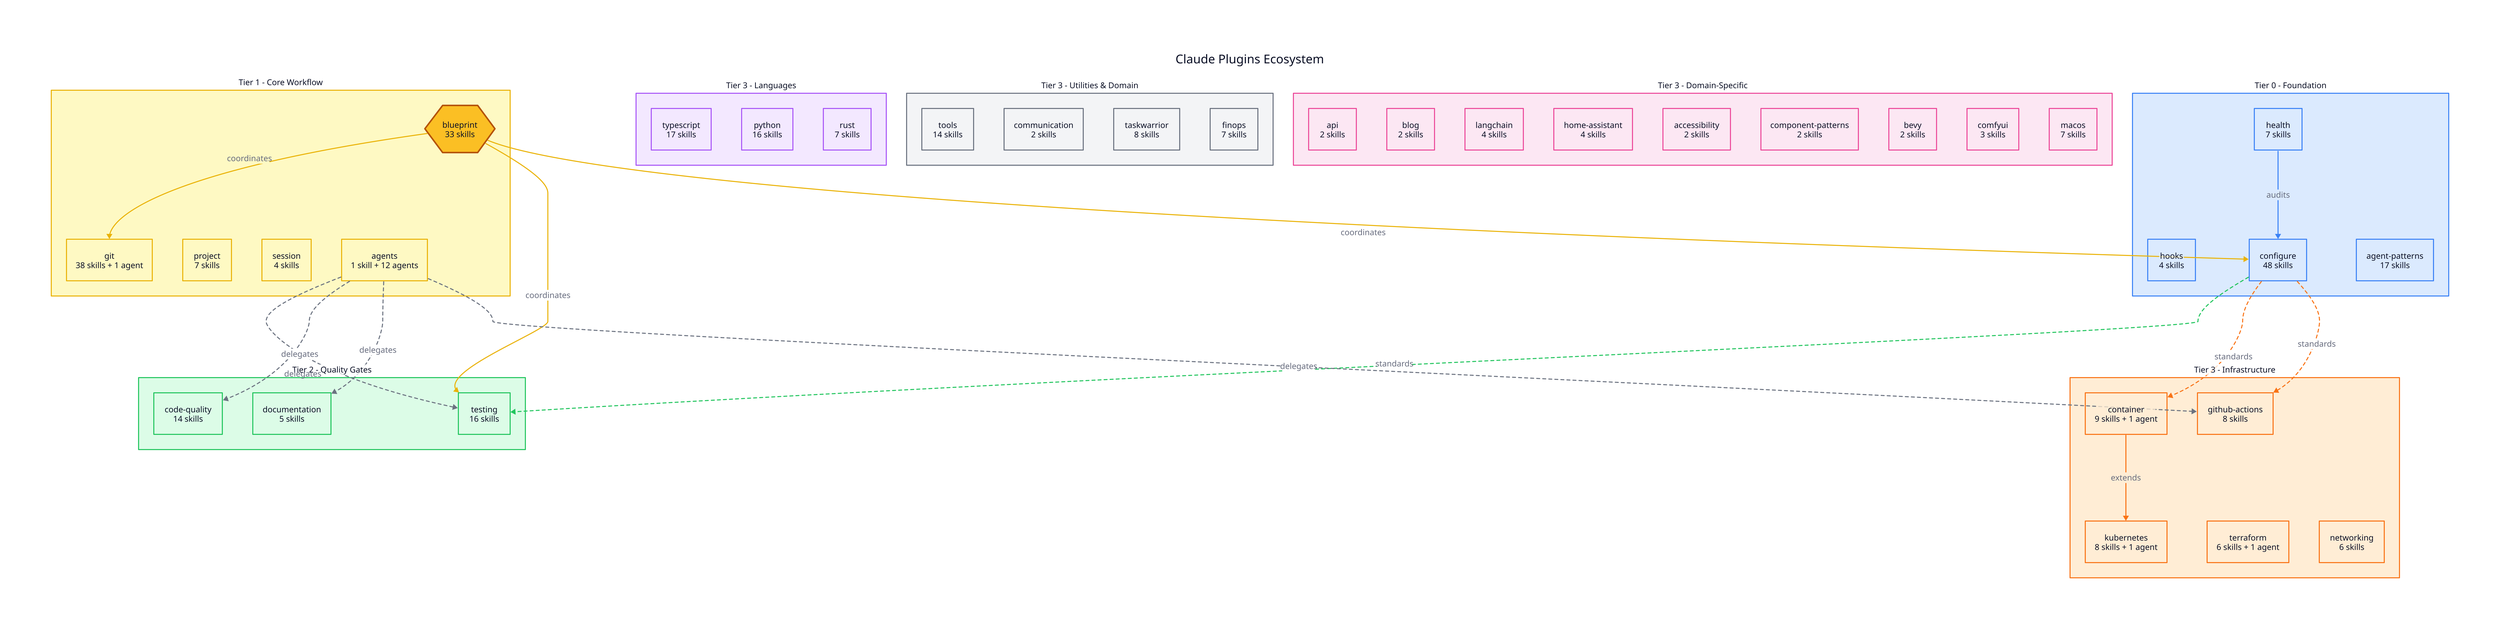
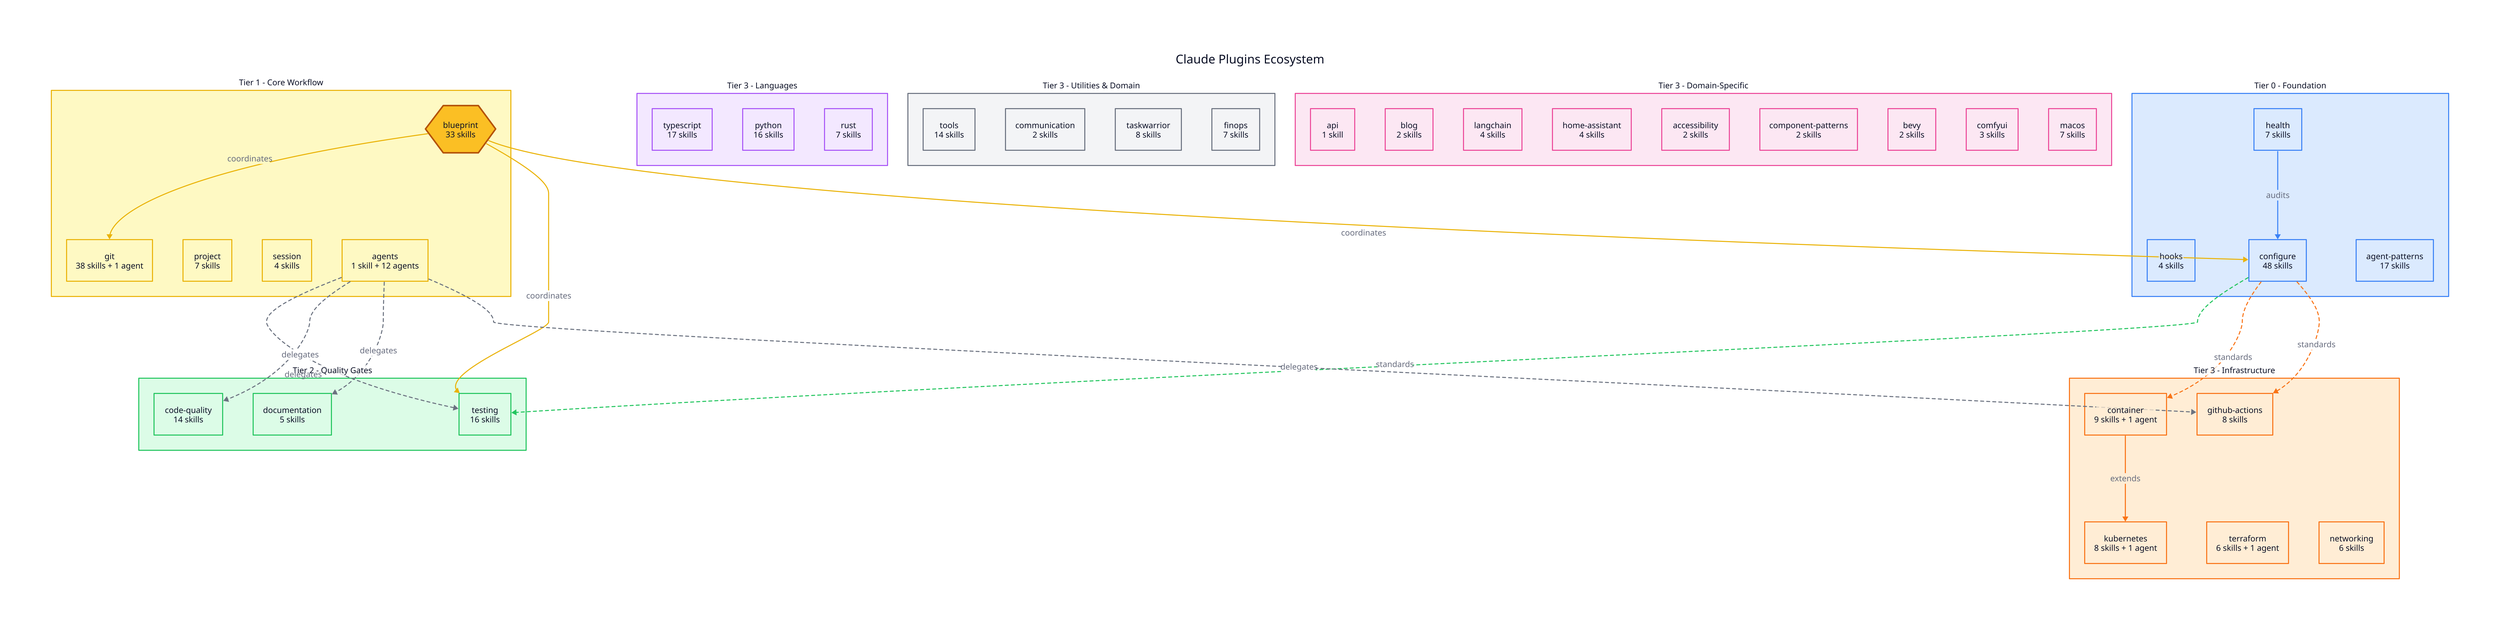
direction: down

title: "Claude Plugins Ecosystem" {
  near: top-center
  shape: text
  style: {
    font-size: 24
    bold: true
  }
}

# === CLASSES ===
classes: {
  foundation: {
    style.fill: "#dbeafe"
    style.stroke: "#3b82f6"
  }
  core: {
    style.fill: "#fef9c3"
    style.stroke: "#eab308"
  }
  quality: {
    style.fill: "#dcfce7"
    style.stroke: "#22c55e"
  }
  language: {
    style.fill: "#f3e8ff"
    style.stroke: "#a855f7"
  }
  infra: {
    style.fill: "#ffedd5"
    style.stroke: "#f97316"
  }
  utility: {
    style.fill: "#f3f4f6"
    style.stroke: "#6b7280"
  }
  domain: {
    style.fill: "#fce7f3"
    style.stroke: "#ec4899"
  }
}

# === TIER 0: FOUNDATION ===
foundation: {
  label: "Tier 0 - Foundation"
  class: foundation
  style.font-size: 16
  style.bold: true

  health: {
    label: "health\n7 skills"
    shape: rectangle
    class: foundation
  }
  hooks: {
    label: "hooks\n4 skills"
    shape: rectangle
    class: foundation
  }
  configure: {
    label: "configure\n48 skills"
    shape: rectangle
    class: foundation
  }
  agent-patterns: {
    label: "agent-patterns\n17 skills"
    shape: rectangle
    class: foundation
  }
}

# === TIER 1: CORE WORKFLOW ===
core: {
  label: "Tier 1 - Core Workflow"
  class: core
  style.font-size: 16
  style.bold: true

  blueprint: {
    label: "blueprint\n33 skills"
    shape: hexagon
    style.fill: "#fbbf24"
    style.stroke: "#b45309"
    style.stroke-width: 3
  }
  git: {
    label: "git\n38 skills + 1 agent"
    shape: rectangle
    class: core
  }
  project: {
    label: "project\n7 skills"
    shape: rectangle
    class: core
  }
  session: {
    label: "session\n4 skills"
    shape: rectangle
    class: core
  }
  agents: {
    label: "agents\n1 skill + 12 agents"
    shape: rectangle
    class: core
  }
}

# === TIER 2: QUALITY GATES ===
quality: {
  label: "Tier 2 - Quality Gates"
  class: quality
  style.font-size: 16
  style.bold: true

  testing: {
    label: "testing\n16 skills"
    shape: rectangle
    class: quality
  }
  code-quality: {
    label: "code-quality\n14 skills"
    shape: rectangle
    class: quality
  }
  documentation: {
    label: "documentation\n5 skills"
    shape: rectangle
    class: quality
  }
}

# === TIER 3: LANGUAGE ===
language: {
  label: "Tier 3 - Languages"
  class: language
  style.font-size: 16
  style.bold: true

  typescript: {
    label: "typescript\n17 skills"
    shape: rectangle
    class: language
  }
  python: {
    label: "python\n16 skills"
    shape: rectangle
    class: language
  }
  rust: {
    label: "rust\n7 skills"
    shape: rectangle
    class: language
  }
}

# === TIER 3: INFRASTRUCTURE ===
infra: {
  label: "Tier 3 - Infrastructure"
  class: infra
  style.font-size: 16
  style.bold: true

  container: {
    label: "container\n9 skills + 1 agent"
    shape: rectangle
    class: infra
  }
  kubernetes: {
    label: "kubernetes\n8 skills + 1 agent"
    shape: rectangle
    class: infra
  }
  terraform: {
    label: "terraform\n6 skills + 1 agent"
    shape: rectangle
    class: infra
  }
  github-actions: {
    label: "github-actions\n8 skills"
    shape: rectangle
    class: infra
  }
  networking: {
    label: "networking\n6 skills"
    shape: rectangle
    class: infra
  }
}

# === TIER 3: UTILITIES & DOMAIN ===
utilities: {
  label: "Tier 3 - Utilities & Domain"
  class: utility
  style.font-size: 16
  style.bold: true

  tools: {
    label: "tools\n14 skills"
    shape: rectangle
    class: utility
  }
  communication: {
    label: "communication\n2 skills"
    shape: rectangle
    class: utility
  }
  taskwarrior: {
    label: "taskwarrior\n8 skills"
    shape: rectangle
    class: utility
  }
  finops: {
    label: "finops\n7 skills"
    shape: rectangle
    class: utility
  }
}

domain: {
  label: "Tier 3 - Domain-Specific"
  class: domain
  style.font-size: 16
  style.bold: true

  api: {
-     label: "api\n2 skills"
+     label: "api\n1 skill"
    shape: rectangle
    class: domain
  }
  blog: {
    label: "blog\n2 skills"
    shape: rectangle
    class: domain
  }
  langchain: {
    label: "langchain\n4 skills"
    shape: rectangle
    class: domain
  }
  home-assistant: {
    label: "home-assistant\n4 skills"
    shape: rectangle
    class: domain
  }
  accessibility: {
    label: "accessibility\n2 skills"
    shape: rectangle
    class: domain
  }
  component-patterns: {
    label: "component-patterns\n2 skills"
    shape: rectangle
    class: domain
  }
  bevy: {
    label: "bevy\n2 skills"
    shape: rectangle
    class: domain
  }
  comfyui: {
    label: "comfyui\n3 skills"
    shape: rectangle
    class: domain
  }
  macos: {
    label: "macos\n7 skills"
    shape: rectangle
    class: domain
  }
}

# === RELATIONSHIPS ===

# Foundation flows
foundation.health -> foundation.configure: "audits" {
  style.stroke: "#3b82f6"
}

# Configure provides standards for
foundation.configure -> quality.testing: "standards" {
  style.stroke: "#22c55e"
  style.stroke-dash: 3
}
foundation.configure -> infra.container: "standards" {
  style.stroke: "#f97316"
  style.stroke-dash: 3
}
foundation.configure -> infra.github-actions: "standards" {
  style.stroke: "#f97316"
  style.stroke-dash: 3
}

# Blueprint coordinates
core.blueprint -> core.git: "coordinates" {
  style.stroke: "#eab308"
}
core.blueprint -> quality.testing: "coordinates" {
  style.stroke: "#eab308"
}
core.blueprint -> foundation.configure: "coordinates" {
  style.stroke: "#eab308"
}

# Agents delegate to
core.agents -> quality.testing: "delegates" {
  style.stroke: "#6b7280"
  style.stroke-dash: 3
}
core.agents -> quality.code-quality: "delegates" {
  style.stroke: "#6b7280"
  style.stroke-dash: 3
}
core.agents -> quality.documentation: "delegates" {
  style.stroke: "#6b7280"
  style.stroke-dash: 3
}
core.agents -> infra.github-actions: "delegates" {
  style.stroke: "#6b7280"
  style.stroke-dash: 3
}

# Infrastructure extends
infra.container -> infra.kubernetes: "extends" {
  style.stroke: "#f97316"
}
